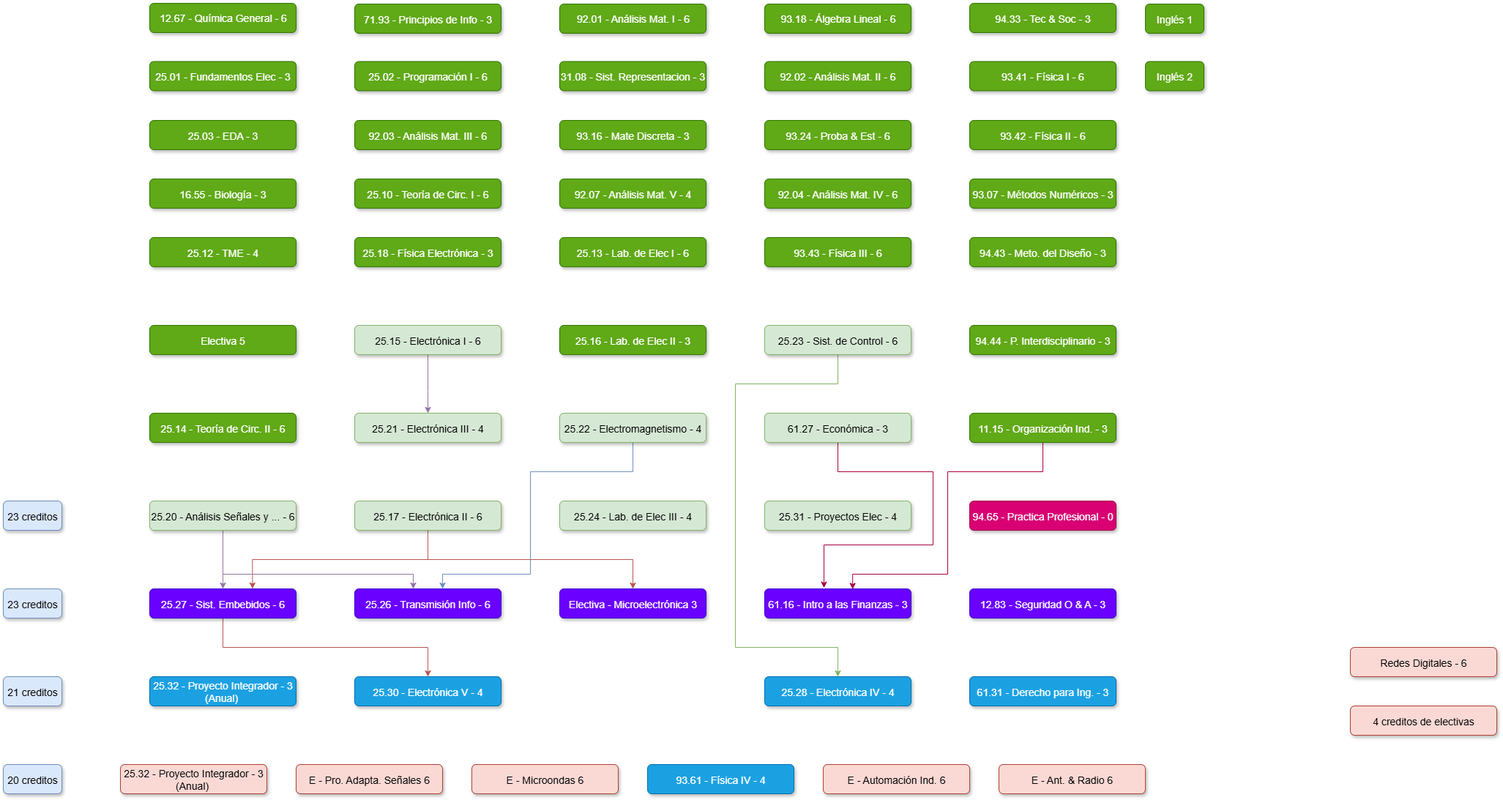
The draw.io diagram K22.drawio.png in juanipla/K22, before a commit. Source tidied: cells renumbered, new cells last; positions are measured from the earlier drawing's top-left corner, leaving out a move shared by most shapes.
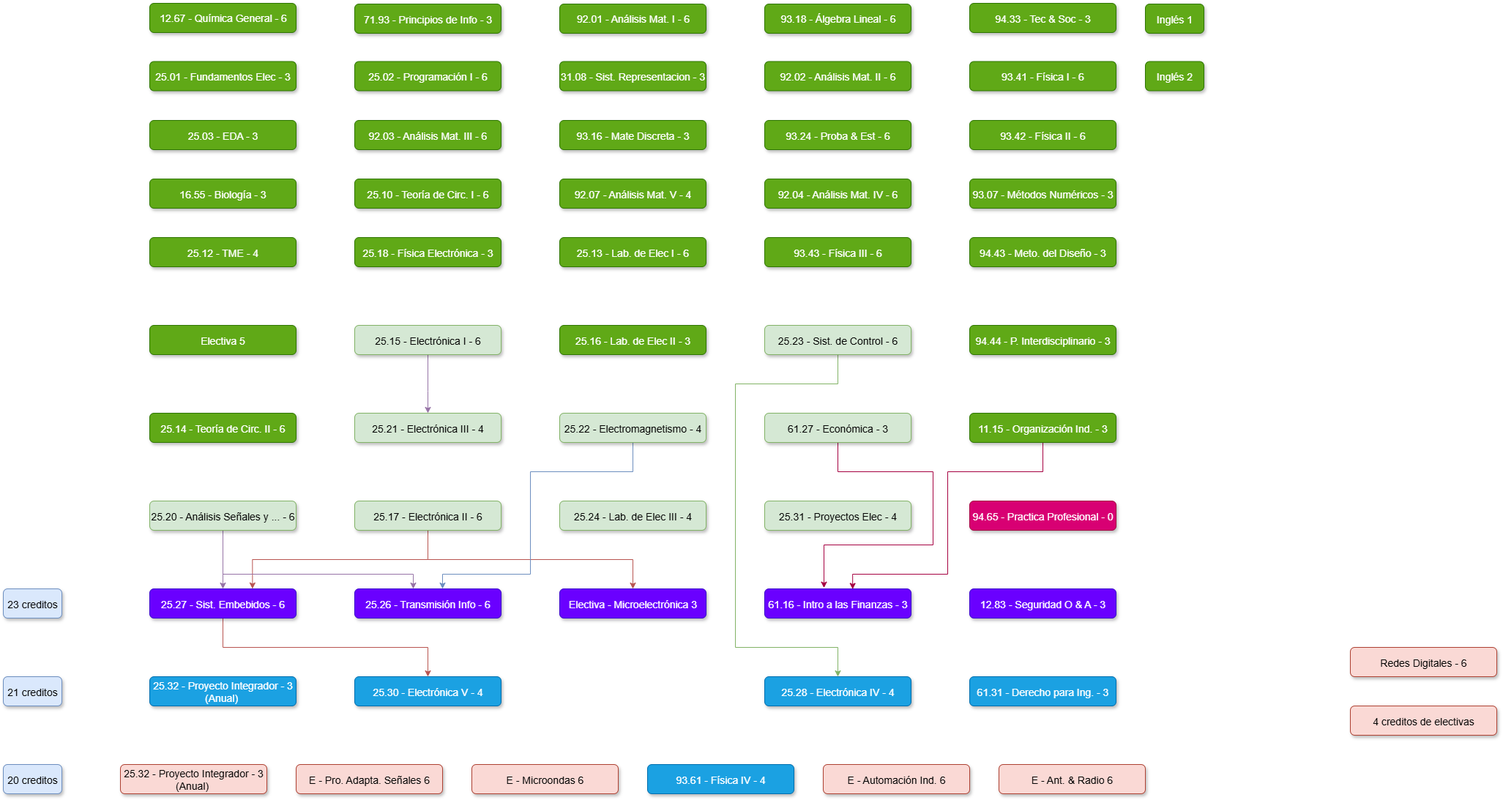
The same diagram one commit later.

Diff of the diagram source:
```diff
@@ -257,9 +257,6 @@
     <mxCell id="68" value="E - Microondas 6" style="rounded=1;fillColor=#fad9d5;strokeColor=#ae4132;shadow=1;fontStyle=0;fontSize=14;labelBorderColor=none;labelBackgroundColor=none;verticalAlign=middle;" parent="1" vertex="1">
       <mxGeometry x="640" y="1040" width="200" height="40" as="geometry" />
     </mxCell>
-    <mxCell id="69" value="23 creditos" style="rounded=1;fillColor=#dae8fc;strokeColor=#6c8ebf;shadow=1;fontStyle=0;fontSize=14;labelBorderColor=none;labelBackgroundColor=none;verticalAlign=middle;" parent="1" vertex="1">
-      <mxGeometry y="680" width="80" height="40" as="geometry" />
-    </mxCell>
     <mxCell id="70" value="23 creditos" style="rounded=1;fillColor=#dae8fc;strokeColor=#6c8ebf;shadow=1;fontStyle=0;fontSize=14;labelBorderColor=none;labelBackgroundColor=none;verticalAlign=middle;" parent="1" vertex="1">
       <mxGeometry y="800" width="80" height="40" as="geometry" />
     </mxCell>
```
